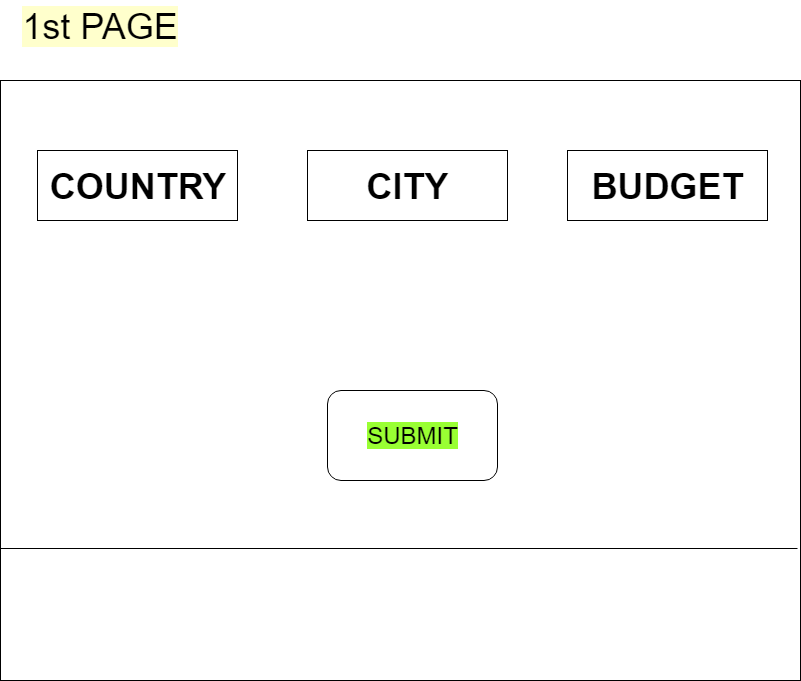
Before: 1st page.png, a diagram exported from draw.io (usmk/Website-design). Source tidied: cells renumbered, new cells last; positions are measured from the earlier drawing's top-left corner, leaving out a move shared by most shapes.
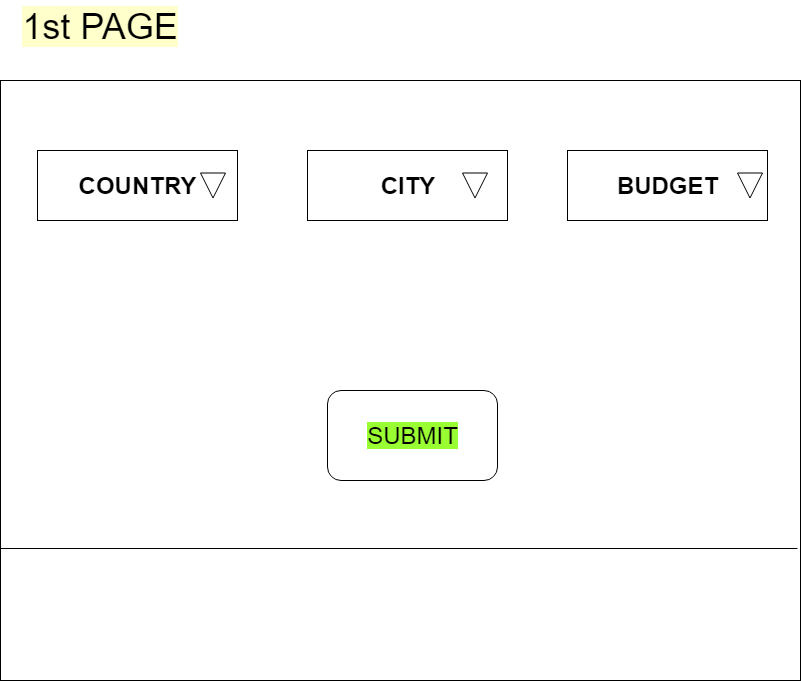
Above is the later version.

The edit, as a diff of the source:
```diff
@@ -5,7 +5,7 @@
     <mxCell id="2" style="rounded=0;whiteSpace=wrap;html=1;" parent="1" vertex="1">
       <mxGeometry y="80" width="800" height="600" as="geometry" />
     </mxCell>
-    <mxCell id="3" value="&lt;font style=&quot;font-size: 36px&quot;&gt;&lt;b&gt;COUNTRY&lt;/b&gt;&lt;/font&gt;" style="rounded=0;whiteSpace=wrap;html=1;" parent="1" vertex="1">
+    <mxCell id="3" value="&lt;font style=&quot;font-size: 24px&quot;&gt;&lt;b&gt;COUNTRY&lt;/b&gt;&lt;/font&gt;" style="rounded=0;whiteSpace=wrap;html=1;" parent="1" vertex="1">
       <mxGeometry x="37" y="150" width="200" height="70" as="geometry" />
     </mxCell>
     <mxCell id="4" style="rounded=0;whiteSpace=wrap;html=1;" parent="1" vertex="1">
@@ -14,10 +14,10 @@
     <mxCell id="5" style="rounded=0;whiteSpace=wrap;html=1;" parent="1" vertex="1">
       <mxGeometry x="567" y="150" width="200" height="70" as="geometry" />
     </mxCell>
-    <mxCell id="6" value="&lt;font style=&quot;font-size: 36px&quot;&gt;&lt;b&gt;CITY&lt;/b&gt;&lt;/font&gt;" style="text;html=1;strokeColor=none;fillColor=none;align=center;verticalAlign=middle;whiteSpace=wrap;rounded=0;" parent="1" vertex="1">
+    <mxCell id="6" value="&lt;font style=&quot;font-size: 24px&quot;&gt;&lt;b&gt;CITY&lt;/b&gt;&lt;/font&gt;" style="text;html=1;strokeColor=none;fillColor=none;align=center;verticalAlign=middle;whiteSpace=wrap;rounded=0;" parent="1" vertex="1">
       <mxGeometry x="362" y="165" width="90" height="40" as="geometry" />
     </mxCell>
-    <mxCell id="7" value="&lt;font style=&quot;font-size: 36px&quot;&gt;&lt;b&gt;BUDGET&lt;/b&gt;&lt;/font&gt;" style="text;html=1;strokeColor=none;fillColor=none;align=center;verticalAlign=middle;whiteSpace=wrap;rounded=0;" parent="1" vertex="1">
+    <mxCell id="7" value="&lt;font style=&quot;font-size: 24px&quot;&gt;&lt;b&gt;BUDGET&lt;/b&gt;&lt;/font&gt;" style="text;html=1;strokeColor=none;fillColor=none;align=center;verticalAlign=middle;whiteSpace=wrap;rounded=0;" parent="1" vertex="1">
       <mxGeometry x="627" y="167.5" width="80" height="35" as="geometry" />
     </mxCell>
     <mxCell id="8" style="rounded=1;whiteSpace=wrap;html=1;" parent="1" vertex="1">
@@ -32,5 +32,14 @@
     <mxCell id="11" value="&lt;font style=&quot;background-color: rgb(255 , 255 , 204) ; font-size: 36px&quot;&gt;1st PAGE&lt;/font&gt;" style="text;html=1;strokeColor=none;fillColor=none;align=center;verticalAlign=middle;whiteSpace=wrap;rounded=0;" parent="1" vertex="1">
       <mxGeometry width="200" height="50" as="geometry" />
     </mxCell>
+    <mxCell id="12" style="triangle;whiteSpace=wrap;html=1;rotation=90;" parent="1" vertex="1">
+      <mxGeometry x="200" y="172.5" width="25" height="25" as="geometry" />
+    </mxCell>
+    <mxCell id="13" style="triangle;whiteSpace=wrap;html=1;rotation=90;" parent="1" vertex="1">
+      <mxGeometry x="462" y="172.5" width="25" height="25" as="geometry" />
+    </mxCell>
+    <mxCell id="14" style="triangle;whiteSpace=wrap;html=1;rotation=90;" parent="1" vertex="1">
+      <mxGeometry x="737" y="172.5" width="25" height="25" as="geometry" />
+    </mxCell>
   </root>
 </mxGraphModel>
```
